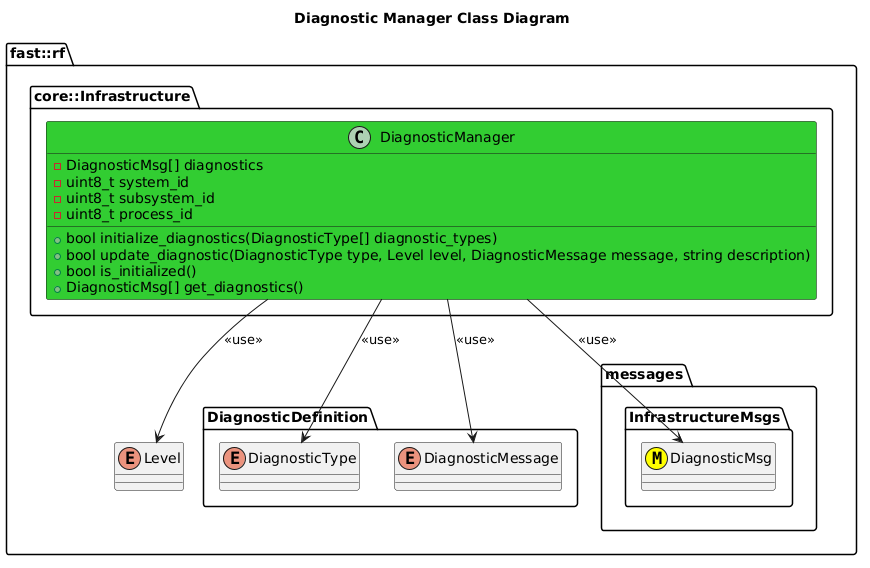
Earlier version of the PlantUML export include/Infrastructure/DiagnosticManager/doc/puml/DiagnosticManagerClassDiagram.png (fastrobotics/robot_framework).
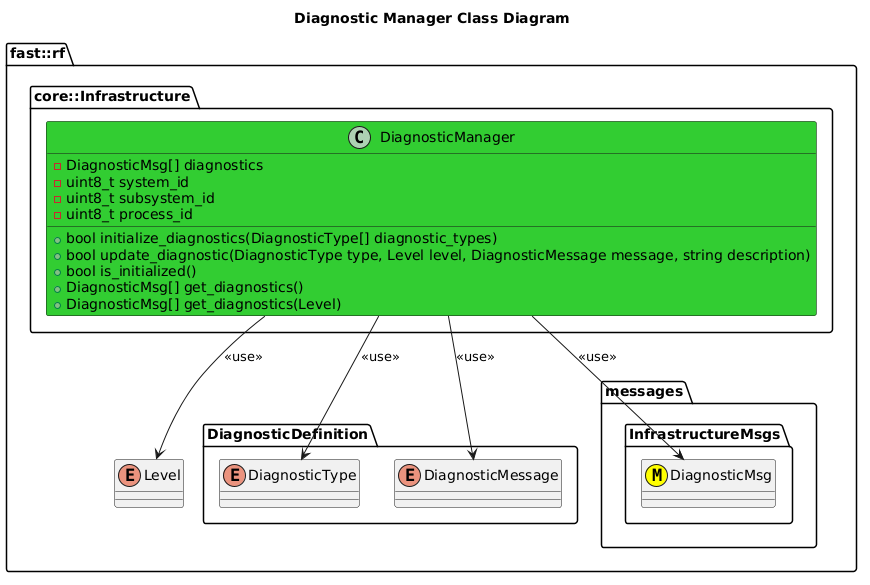
The same diagram one commit later.

What changed in the source:
```diff
@@ -17,6 +17,7 @@
             +bool update_diagnostic(DiagnosticType type, Level level, DiagnosticMessage message, string description)
             +bool is_initialized()
             +DiagnosticMsg[] get_diagnostics()
+            +DiagnosticMsg[] get_diagnostics(Level)
             -DiagnosticMsg[] diagnostics
             -uint8_t system_id
             -uint8_t subsystem_id
```
